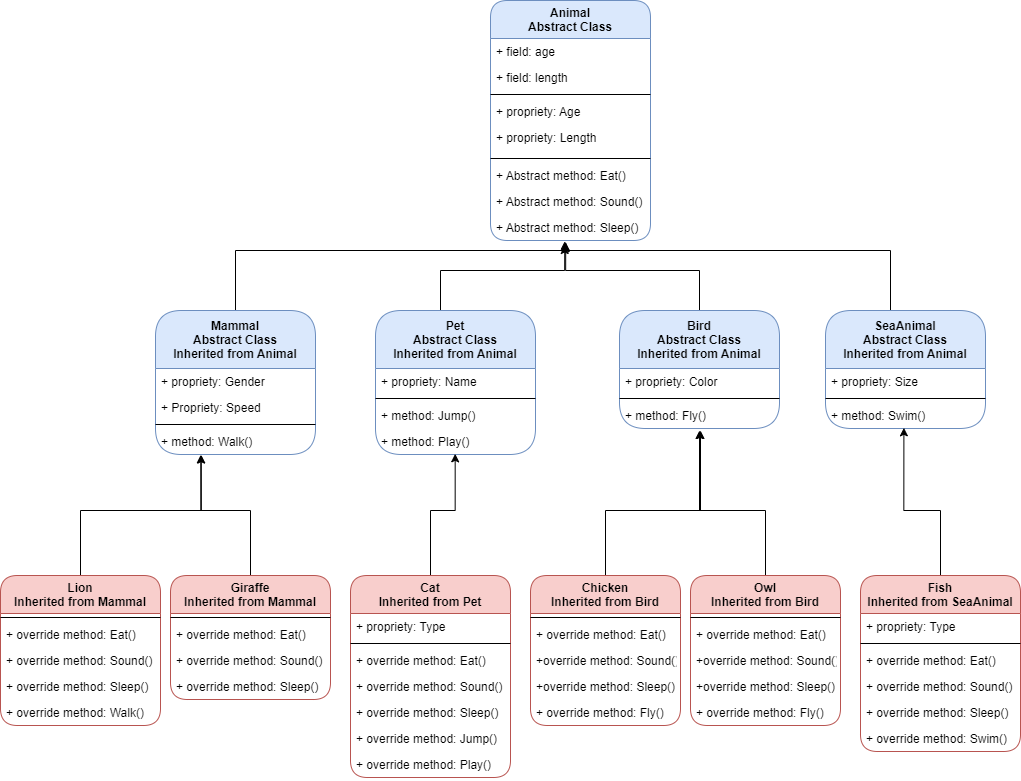
The draw.io diagram images/IbuiltAZoo.png in AbdUlrahmanJaran/Lab06-07-IbuiltAZoo, before a commit. Source tidied: cells renumbered, new cells last; positions are measured from the earlier drawing's top-left corner, leaving out a move shared by most shapes.
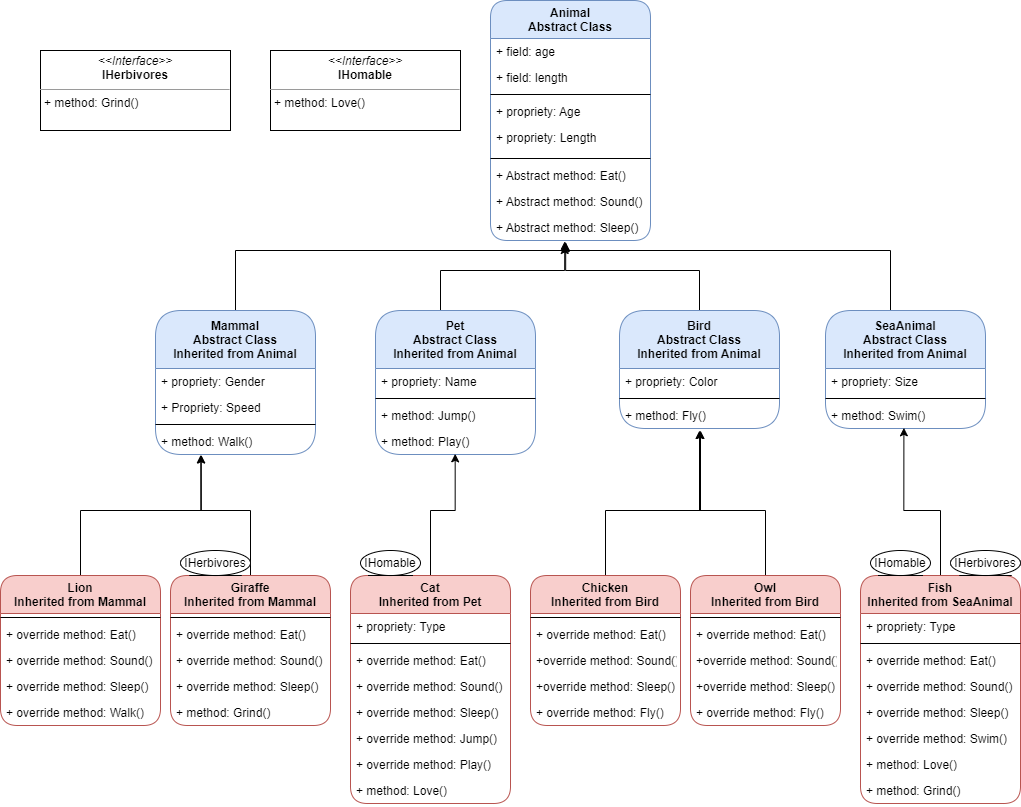
The same file after the commit.

The edit, as a diff of the source:
```diff
@@ -155,7 +155,7 @@
       </mxGeometry>
     </mxCell>
     <mxCell id="42" value="Giraffe&#10;Inherited from Mammal" style="swimlane;fontStyle=1;horizontal=1;startSize=38;fillColor=#f8cecc;rounded=1;strokeColor=#b85450;" parent="1" vertex="1">
-      <mxGeometry x="170" y="575" width="160" height="124" as="geometry" />
+      <mxGeometry x="170" y="575" width="160" height="150" as="geometry" />
     </mxCell>
     <mxCell id="43" style="line;strokeWidth=1;fillColor=none;align=left;verticalAlign=middle;spacingTop=-1;spacingLeft=3;spacingRight=3;labelPosition=right;" parent="42" vertex="1">
       <mxGeometry y="38" width="160" height="8" as="geometry" />
@@ -169,6 +169,9 @@
     <mxCell id="46" value="+ override method: Sleep()" style="text;strokeColor=none;fillColor=none;align=left;verticalAlign=top;spacingLeft=4;spacingRight=4;overflow=hidden;" parent="42" vertex="1">
       <mxGeometry y="98" width="160" height="26" as="geometry" />
     </mxCell>
+    <mxCell id="78" value="+ method: Grind()" style="text;strokeColor=none;fillColor=none;align=left;verticalAlign=top;spacingLeft=4;spacingRight=4;overflow=hidden;" parent="42" vertex="1">
+      <mxGeometry y="124" width="160" height="26" as="geometry" />
+    </mxCell>
     <mxCell id="47" style="edgeStyle=orthogonalEdgeStyle;rounded=0;jettySize=auto;html=1;exitX=0.5;exitY=0;exitDx=0;exitDy=0;entryX=0.498;entryY=0.974;entryDx=0;entryDy=0;entryPerimeter=0;" parent="1" edge="1" source="48" target="23">
       <mxGeometry relative="1" as="geometry">
         <Array as="points">
@@ -178,7 +181,7 @@
       </mxGeometry>
     </mxCell>
     <mxCell id="48" value="Cat&#10;Inherited from Pet" style="swimlane;fontStyle=1;horizontal=1;startSize=38;fillColor=#f8cecc;rounded=1;strokeColor=#b85450;" parent="1" vertex="1">
-      <mxGeometry x="350" y="575" width="160" height="202" as="geometry" />
+      <mxGeometry x="350" y="575" width="160" height="228" as="geometry" />
     </mxCell>
     <mxCell id="49" value="+ propriety: Type" style="text;strokeColor=none;fillColor=none;align=left;verticalAlign=top;spacingLeft=4;spacingRight=4;overflow=hidden;" parent="48" vertex="1">
       <mxGeometry y="38" width="160" height="26" as="geometry" />
@@ -201,6 +204,9 @@
     <mxCell id="55" value="+ override method: Play()" style="text;strokeColor=none;fillColor=none;align=left;verticalAlign=top;spacingLeft=4;spacingRight=4;overflow=hidden;" parent="48" vertex="1">
       <mxGeometry y="176" width="160" height="26" as="geometry" />
     </mxCell>
+    <mxCell id="79" value="+ method: Love()" style="text;strokeColor=none;fillColor=none;align=left;verticalAlign=top;spacingLeft=4;spacingRight=4;overflow=hidden;" parent="48" vertex="1">
+      <mxGeometry y="202" width="160" height="26" as="geometry" />
+    </mxCell>
     <mxCell id="56" style="edgeStyle=orthogonalEdgeStyle;rounded=0;jettySize=auto;html=1;exitX=0.5;exitY=0;exitDx=0;exitDy=0;" parent="1" edge="1" source="57">
       <mxGeometry relative="1" as="geometry">
         <mxPoint x="700" y="430" as="targetPoint" />
@@ -237,7 +243,7 @@
       </mxGeometry>
     </mxCell>
     <mxCell id="64" value="Fish&#10;Inherited from SeaAnimal" style="swimlane;fontStyle=1;horizontal=1;startSize=38;fillColor=#f8cecc;rounded=1;strokeColor=#b85450;" parent="1" vertex="1">
-      <mxGeometry x="860" y="575" width="160" height="176" as="geometry" />
+      <mxGeometry x="860" y="575" width="160" height="228" as="geometry" />
     </mxCell>
     <mxCell id="65" value="+ propriety: Type" style="text;strokeColor=none;fillColor=none;align=left;verticalAlign=top;spacingLeft=4;spacingRight=4;overflow=hidden;" parent="64" vertex="1">
       <mxGeometry y="38" width="160" height="26" as="geometry" />
@@ -257,6 +263,12 @@
     <mxCell id="70" value="+ override method: Swim()" style="text;strokeColor=none;fillColor=none;align=left;verticalAlign=top;spacingLeft=4;spacingRight=4;overflow=hidden;" parent="64" vertex="1">
       <mxGeometry y="150" width="160" height="26" as="geometry" />
     </mxCell>
+    <mxCell id="80" value="+ method: Love()" style="text;strokeColor=none;fillColor=none;align=left;verticalAlign=top;spacingLeft=4;spacingRight=4;overflow=hidden;" parent="64" vertex="1">
+      <mxGeometry y="176" width="160" height="26" as="geometry" />
+    </mxCell>
+    <mxCell id="81" value="+ method: Grind()" style="text;strokeColor=none;fillColor=none;align=left;verticalAlign=top;spacingLeft=4;spacingRight=4;overflow=hidden;" parent="64" vertex="1">
+      <mxGeometry y="202" width="160" height="26" as="geometry" />
+    </mxCell>
     <mxCell id="71" style="edgeStyle=orthogonalEdgeStyle;rounded=0;jettySize=auto;html=1;exitX=0.5;exitY=0;exitDx=0;exitDy=0;" parent="1" edge="1" source="72">
       <mxGeometry relative="1" as="geometry">
         <mxPoint x="699" y="430" as="targetPoint" />
@@ -284,5 +296,23 @@
     <mxCell id="77" value="+ override method: Fly()" style="text;strokeColor=none;fillColor=none;align=left;verticalAlign=top;spacingLeft=4;spacingRight=4;overflow=hidden;" parent="72" vertex="1">
       <mxGeometry y="124" width="150" height="26" as="geometry" />
     </mxCell>
+    <mxCell id="82" value="&lt;p style=&quot;margin: 0px ; margin-top: 4px ; text-align: center&quot;&gt;&lt;i&gt;&amp;lt;&amp;lt;Interface&amp;gt;&amp;gt;&lt;/i&gt;&lt;br&gt;&lt;b&gt;IHerbivores&lt;/b&gt;&lt;br&gt;&lt;/p&gt;&lt;hr size=&quot;1&quot;&gt;&lt;p style=&quot;margin: 0px ; margin-left: 4px&quot;&gt;+ method: Grind()&lt;br&gt;&lt;/p&gt;" style="verticalAlign=top;align=left;overflow=fill;fontSize=12;fontFamily=Helvetica;html=1;" parent="1" vertex="1">
+      <mxGeometry x="40" y="50" width="190" height="80" as="geometry" />
+    </mxCell>
+    <mxCell id="83" value="&lt;p style=&quot;margin: 0px ; margin-top: 4px ; text-align: center&quot;&gt;&lt;i&gt;&amp;lt;&amp;lt;Interface&amp;gt;&amp;gt;&lt;/i&gt;&lt;br&gt;&lt;b&gt;IHomable&lt;/b&gt;&lt;br&gt;&lt;/p&gt;&lt;hr size=&quot;1&quot;&gt;&lt;p style=&quot;margin: 0px ; margin-left: 4px&quot;&gt;+ method: Love()&lt;br&gt;&lt;/p&gt;" style="verticalAlign=top;align=left;overflow=fill;fontSize=12;fontFamily=Helvetica;html=1;" parent="1" vertex="1">
+      <mxGeometry x="270" y="50" width="190" height="80" as="geometry" />
+    </mxCell>
+    <mxCell id="84" value="IHomable" style="ellipse;shape=umlEntity;whiteSpace=wrap;html=1;" parent="1" vertex="1">
+      <mxGeometry x="360" y="550" width="60" height="25" as="geometry" />
+    </mxCell>
+    <mxCell id="85" value="IHomable" style="ellipse;shape=umlEntity;whiteSpace=wrap;html=1;" parent="1" vertex="1">
+      <mxGeometry x="870" y="550" width="60" height="25" as="geometry" />
+    </mxCell>
+    <mxCell id="86" value="IHerbivores" style="ellipse;shape=umlEntity;whiteSpace=wrap;html=1;" parent="1" vertex="1">
+      <mxGeometry x="180" y="550" width="70" height="25" as="geometry" />
+    </mxCell>
+    <mxCell id="87" value="IHerbivores" style="ellipse;shape=umlEntity;whiteSpace=wrap;html=1;" parent="1" vertex="1">
+      <mxGeometry x="950" y="550" width="70" height="25" as="geometry" />
+    </mxCell>
   </root>
 </mxGraphModel>
```
